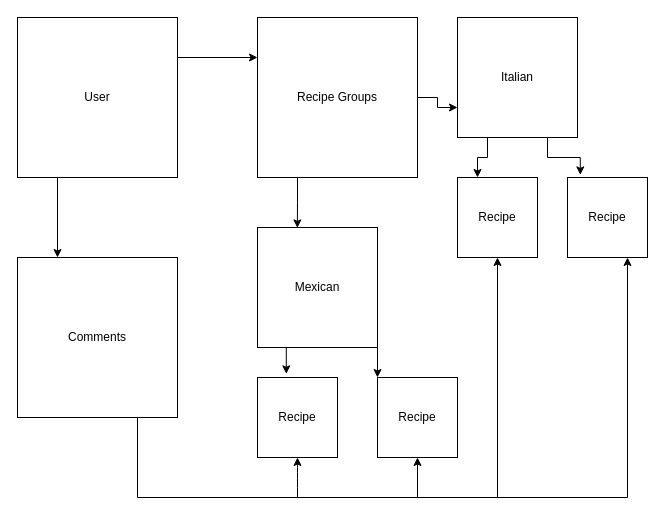
Above: ProjectOneERD.drawio in rosenbr/Project_1 (draw.io), before the change. Source tidied: cells renumbered, new cells numbered last; positions are measured from the earlier drawing's top-left corner, leaving out a move shared by most shapes. Both pictures are drawn from the tidied source at 100%, with x=0, y=0 at pixel (17, 17).
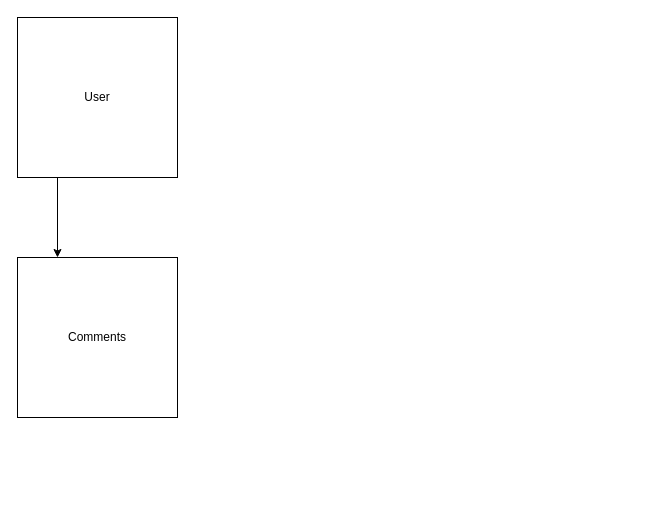
After the change.

The change refers to these unchanged cells:
```xml
<mxCell id="4" value="User" style="whiteSpace=wrap;html=1;" parent="1" vertex="1">
  <mxGeometry width="160" height="160" as="geometry" />
</mxCell>
<mxCell id="9" value="Comments" style="whiteSpace=wrap;html=1;fontFamily=Helvetica;" parent="1" vertex="1">
  <mxGeometry y="240" width="160" height="160" as="geometry" />
</mxCell>
```

What changed in the source:
```diff
@@
-    <mxCell id="3" style="edgeStyle=orthogonalEdgeStyle;rounded=0;jettySize=auto;html=1;exitX=1;exitY=0.25;exitDx=0;exitDy=0;entryX=0;entryY=0.25;entryDx=0;entryDy=0;" parent="1" edge="1" source="4" target="7">
-      <mxGeometry relative="1" as="geometry" />
-    </mxCell>
@@
-    <mxCell id="5" style="edgeStyle=orthogonalEdgeStyle;rounded=0;jettySize=auto;html=1;exitX=1;exitY=0.5;exitDx=0;exitDy=0;entryX=0;entryY=0.75;entryDx=0;entryDy=0;fontFamily=Helvetica;" parent="1" edge="1" source="7" target="16">
-      <mxGeometry relative="1" as="geometry" />
-    </mxCell>
-    <mxCell id="6" style="edgeStyle=orthogonalEdgeStyle;rounded=0;jettySize=auto;html=1;exitX=0.25;exitY=1;exitDx=0;exitDy=0;entryX=0.332;entryY=0.003;entryDx=0;entryDy=0;entryPerimeter=0;fontFamily=Helvetica;" parent="1" edge="1" source="7" target="19">
-      <mxGeometry relative="1" as="geometry" />
-    </mxCell>
-    <mxCell id="7" value="Recipe Groups" style="whiteSpace=wrap;html=1;" parent="1" vertex="1">
-      <mxGeometry x="240" width="160" height="160" as="geometry" />
-    </mxCell>
-    <mxCell id="8" style="edgeStyle=orthogonalEdgeStyle;rounded=0;jettySize=auto;html=1;exitX=0.75;exitY=1;exitDx=0;exitDy=0;fontFamily=Helvetica;entryX=0.75;entryY=1;entryDx=0;entryDy=0;" parent="1" edge="1" source="9" target="12">
-      <mxGeometry relative="1" as="geometry">
-        <Array as="points">
-          <mxPoint x="120" y="480" />
-          <mxPoint x="610" y="480" />
-        </Array>
-      </mxGeometry>
-    </mxCell>
@@
-    <mxCell id="10" value="Recipe" style="whiteSpace=wrap;html=1;" parent="1" vertex="1">
-      <mxGeometry x="360" y="360" width="80" height="80" as="geometry" />
-    </mxCell>
-    <mxCell id="11" value="Recipe" style="whiteSpace=wrap;html=1;fontFamily=Helvetica;" parent="1" vertex="1">
-      <mxGeometry x="440" y="160" width="80" height="80" as="geometry" />
-    </mxCell>
-    <mxCell id="12" value="&lt;span&gt;Recipe&lt;/span&gt;" style="whiteSpace=wrap;html=1;fontFamily=Helvetica;" parent="1" vertex="1">
-      <mxGeometry x="550" y="160" width="80" height="80" as="geometry" />
-    </mxCell>
-    <mxCell id="13" value="&lt;span&gt;Recipe&lt;/span&gt;" style="whiteSpace=wrap;html=1;fontFamily=Helvetica;" parent="1" vertex="1">
-      <mxGeometry x="240" y="360" width="80" height="80" as="geometry" />
-    </mxCell>
-    <mxCell id="14" style="edgeStyle=orthogonalEdgeStyle;rounded=0;jettySize=auto;html=1;exitX=0.25;exitY=1;exitDx=0;exitDy=0;entryX=0.25;entryY=0;entryDx=0;entryDy=0;fontFamily=Helvetica;" parent="1" edge="1" source="16" target="11">
-      <mxGeometry relative="1" as="geometry" />
-    </mxCell>
-    <mxCell id="15" style="edgeStyle=orthogonalEdgeStyle;rounded=0;jettySize=auto;html=1;exitX=0.75;exitY=1;exitDx=0;exitDy=0;entryX=0.16;entryY=-0.033;entryDx=0;entryDy=0;entryPerimeter=0;fontFamily=Helvetica;" parent="1" edge="1" source="16" target="12">
-      <mxGeometry relative="1" as="geometry" />
-    </mxCell>
-    <mxCell id="16" value="Italian" style="whiteSpace=wrap;html=1;fontFamily=Helvetica;" parent="1" vertex="1">
-      <mxGeometry x="440" width="120" height="120" as="geometry" />
-    </mxCell>
-    <mxCell id="17" style="edgeStyle=orthogonalEdgeStyle;rounded=0;jettySize=auto;html=1;exitX=0.25;exitY=1;exitDx=0;exitDy=0;entryX=0.36;entryY=-0.046;entryDx=0;entryDy=0;entryPerimeter=0;fontFamily=Helvetica;" parent="1" edge="1" source="19" target="13">
-      <mxGeometry relative="1" as="geometry" />
-    </mxCell>
-    <mxCell id="18" style="edgeStyle=orthogonalEdgeStyle;rounded=0;jettySize=auto;html=1;exitX=1;exitY=1;exitDx=0;exitDy=0;entryX=0;entryY=0;entryDx=0;entryDy=0;fontFamily=Helvetica;" parent="1" edge="1" source="19" target="10">
-      <mxGeometry relative="1" as="geometry" />
-    </mxCell>
-    <mxCell id="19" value="Mexican" style="whiteSpace=wrap;html=1;fontFamily=Helvetica;" parent="1" vertex="1">
-      <mxGeometry x="240" y="210" width="120" height="120" as="geometry" />
-    </mxCell>
-    <mxCell id="20" style="endArrow=classic;html=1;fontFamily=Helvetica;entryX=0.5;entryY=1;entryDx=0;entryDy=0;" parent="1" edge="1" target="10">
-      <mxGeometry relative="1" as="geometry">
-        <mxPoint x="400" y="480" as="sourcePoint" />
-      </mxGeometry>
-    </mxCell>
-    <mxCell id="21" style="endArrow=classic;html=1;fontFamily=Helvetica;entryX=0.5;entryY=1;entryDx=0;entryDy=0;" parent="1" edge="1" target="11">
-      <mxGeometry relative="1" as="geometry">
-        <mxPoint x="480" y="480" as="sourcePoint" />
-      </mxGeometry>
-    </mxCell>
-    <mxCell id="22" style="endArrow=classic;html=1;fontFamily=Helvetica;entryX=0.5;entryY=1;entryDx=0;entryDy=0;" parent="1" edge="1" target="13">
-      <mxGeometry relative="1" as="geometry">
-        <mxPoint x="280" y="480" as="sourcePoint" />
-        <Array as="points">
-          <mxPoint x="280" y="460" />
-          <mxPoint x="280" y="450" />
-        </Array>
-      </mxGeometry>
-    </mxCell>
```
